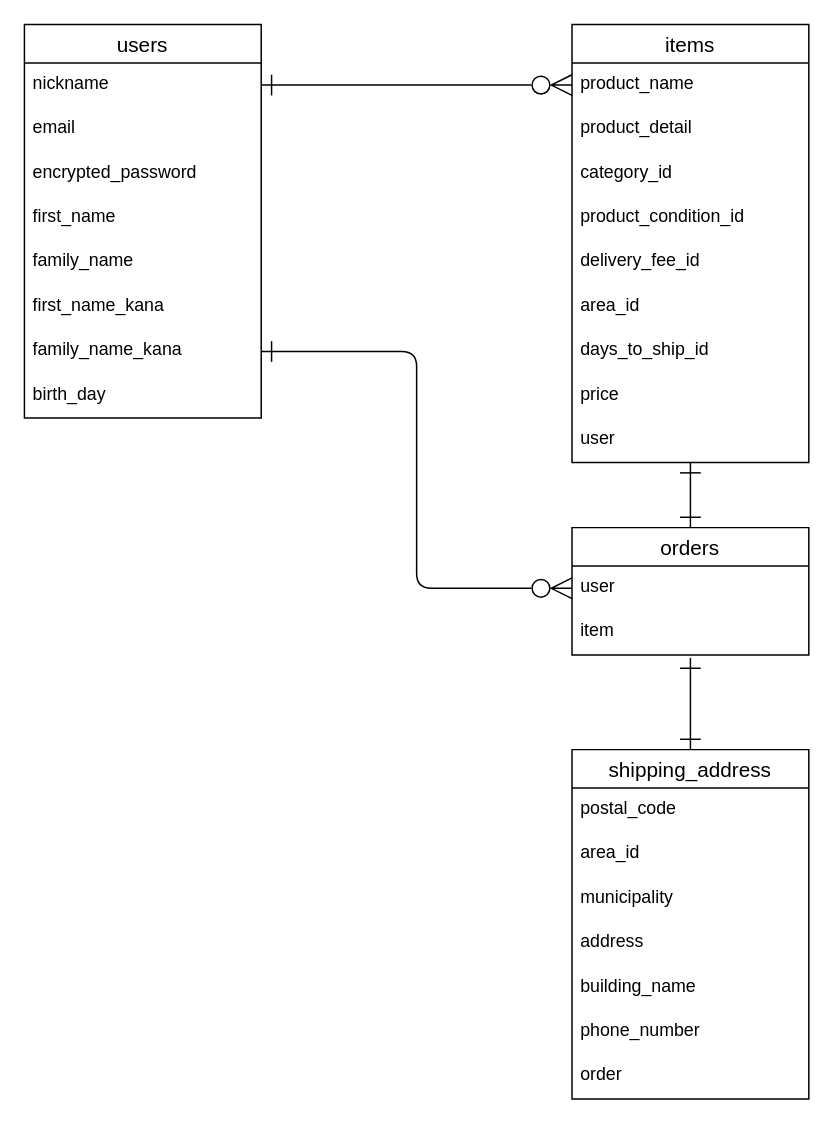
The draw.io diagram db.drawio in nemonemoti/furima-38210, before the edit. Source tidied: cells renumbered, new cells numbered last; positions are measured from the earlier drawing's top-left corner, leaving out a move shared by most shapes. Both pictures are drawn from the tidied source at 148%, with x=0, y=0 at pixel (24, 24).
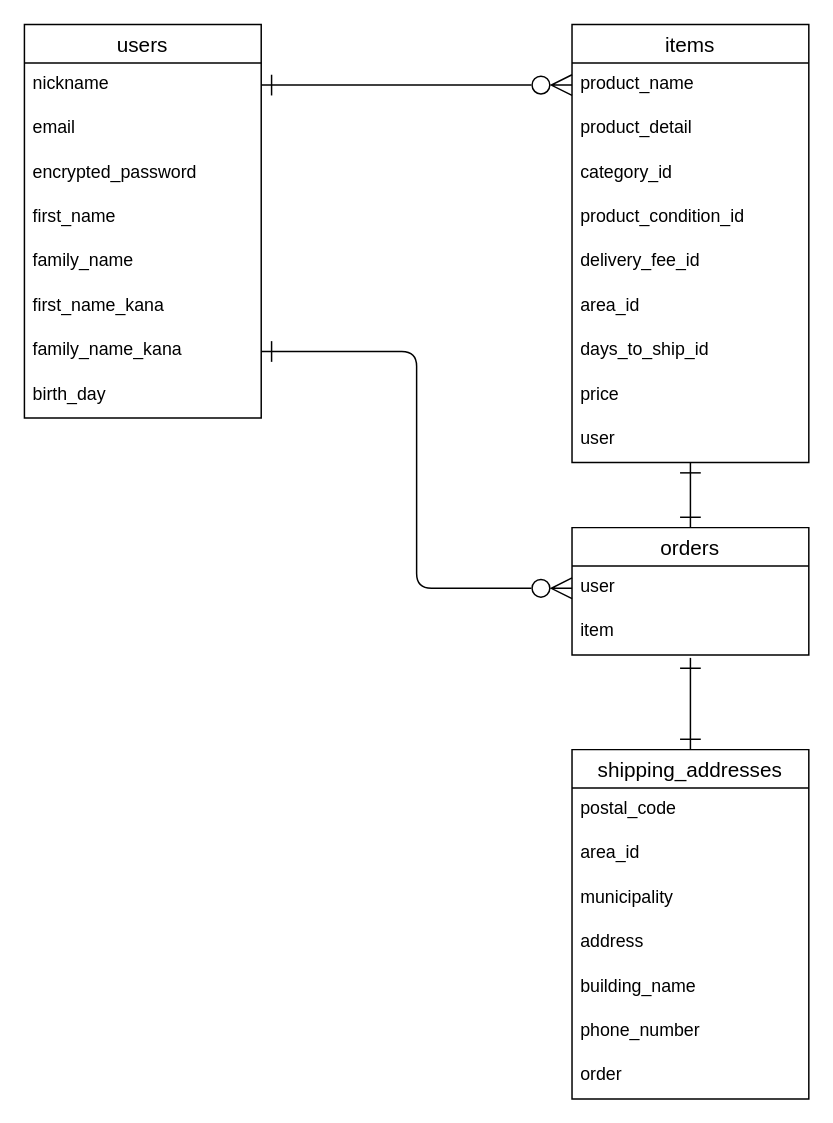
The same page after the edit.

The edit, as a diff of the source:
```diff
@@
-    <mxCell id="25" value="shipping_address" style="swimlane;fontStyle=0;horizontal=1;startSize=26;align=center;fontSize=14;" parent="1" vertex="1">
+    <mxCell id="25" value="shipping_addresses" style="swimlane;fontStyle=0;horizontal=1;startSize=26;align=center;fontSize=14;" parent="1" vertex="1">
       <mxGeometry x="370" y="490" width="160" height="236" as="geometry" />
     </mxCell>
```
